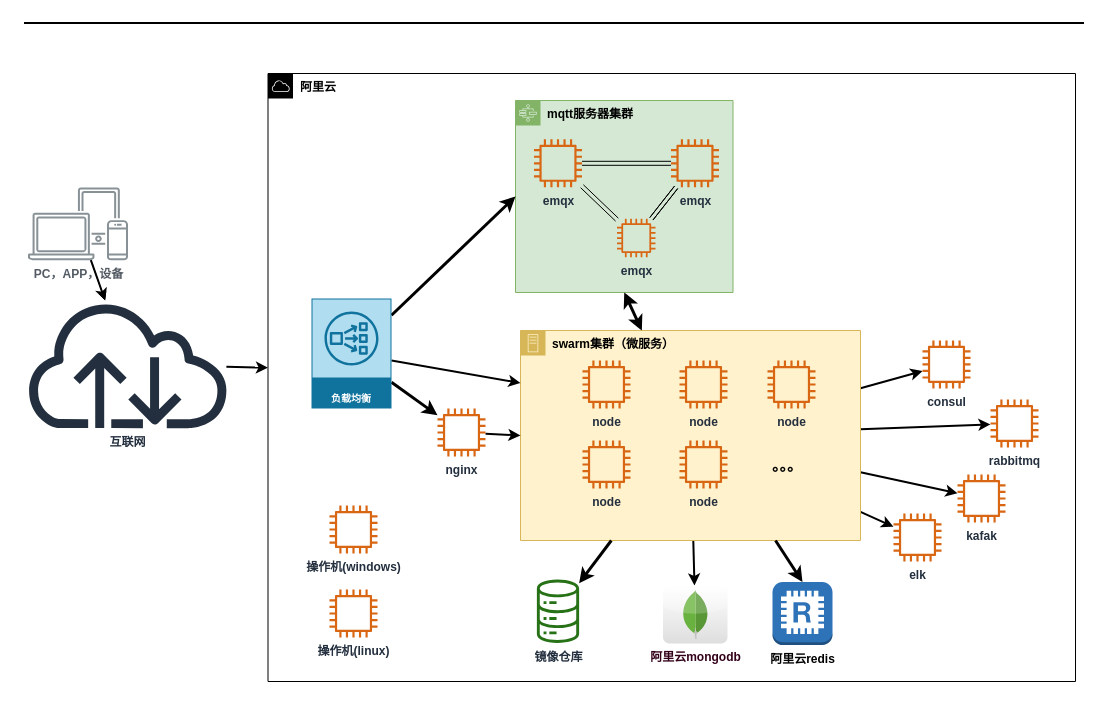
Earlier version of the draw.io diagram cloud.drawio (jimmy0/chart). Source tidied: cells renumbered, new cells numbered last; positions are measured from the earlier drawing's top-left corner, leaving out a move shared by most shapes. Both pictures are drawn from the tidied source at 100%, with x=0, y=0 at pixel (23, 18).
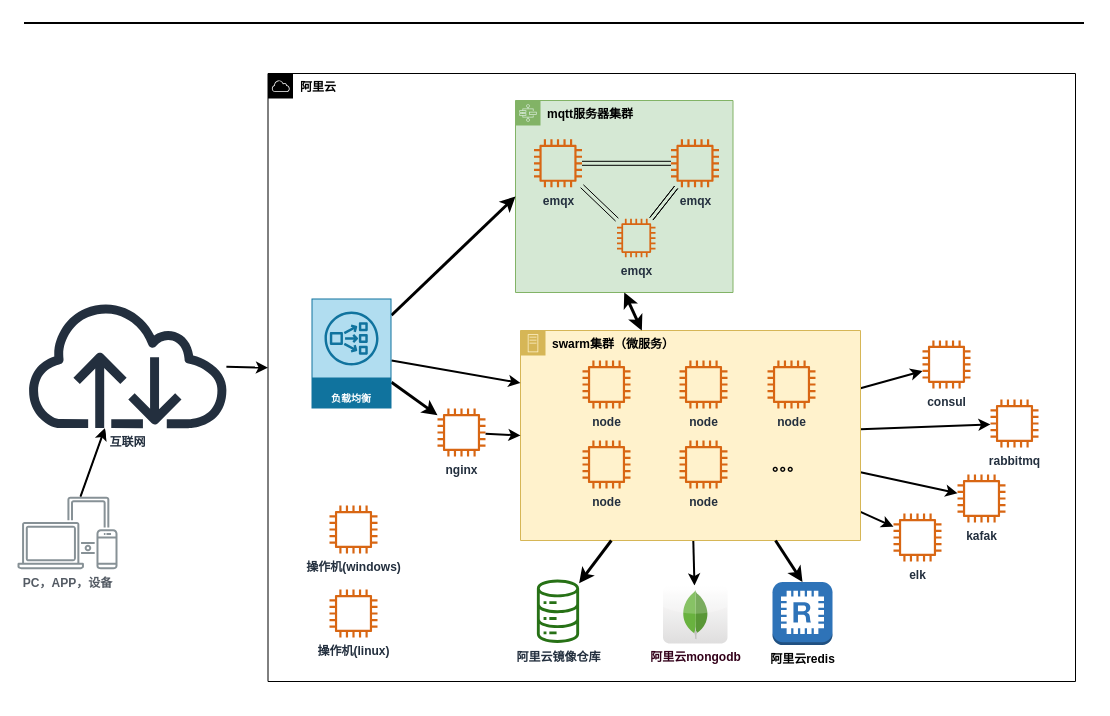
The same page after the edit.

What changed in the source:
```diff
@@
     <mxCell id="15" value="PC，APP，设备" style="outlineConnect=0;gradientColor=none;fontColor=#545B64;strokeColor=none;fillColor=#879196;dashed=0;verticalLabelPosition=bottom;verticalAlign=top;align=center;html=1;fontSize=12;fontStyle=1;shape=mxgraph.aws4.illustration_devices;" parent="1" vertex="1">
-      <mxGeometry x="4.5" y="168.8" width="100" height="73" as="geometry" />
+      <mxGeometry x="-6" y="478" width="100" height="73" as="geometry" />
     </mxCell>
@@
-    <mxCell id="32" value="镜像仓库" style="outlineConnect=0;fontColor=#232F3E;gradientColor=none;fillColor=#277116;strokeColor=none;dashed=0;verticalLabelPosition=bottom;verticalAlign=top;align=center;html=1;fontSize=12;fontStyle=1;shape=mxgraph.aws4.iot_analytics_data_store;" parent="1" vertex="1">
+    <mxCell id="32" value="阿里云镜像仓库" style="outlineConnect=0;fontColor=#232F3E;gradientColor=none;fillColor=#277116;strokeColor=none;dashed=0;verticalLabelPosition=bottom;verticalAlign=top;align=center;html=1;fontSize=12;fontStyle=1;shape=mxgraph.aws4.iot_analytics_data_store;" parent="1" vertex="1">
       <mxGeometry x="512.5" y="561" width="44" height="63.5" as="geometry" />
     </mxCell>
```
